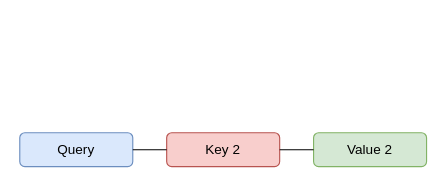
Above: 未命名绘图3.drawio in ZhangzeqingCN/api-project (draw.io), before the change. Source tidied: cells renumbered, new cells numbered last; positions are measured from the earlier drawing's top-left corner, leaving out a move shared by most shapes. Both pictures are drawn from the tidied source at 113%, with x=0, y=0 at pixel (19, 132).
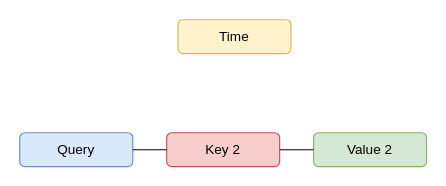
The same page after the edit.

Commit message (it also covers changes not shown here):
更新未命名绘图3.drawio

Change to the diagram source:
```diff
@@
 <mxGraphModel>
   <root>
     <mxCell id="0" />
     <mxCell id="1" parent="0" />
     <mxCell id="2" value="Value 2" style="rounded=1;whiteSpace=wrap;html=1;rotation=0;fillColor=#d5e8d4;strokeColor=#82b366;" parent="1" vertex="1">
       <mxGeometry x="260" width="100" height="30" as="geometry" />
     </mxCell>
     <mxCell id="3" value="Key 2" style="rounded=1;whiteSpace=wrap;html=1;rotation=0;fillColor=#f8cecc;strokeColor=#b85450;" parent="1" vertex="1">
       <mxGeometry x="130" width="100" height="30" as="geometry" />
     </mxCell>
     <mxCell id="4" style="rounded=0;jettySize=auto;html=1;endArrow=none;startFill=0;exitX=1;exitY=0.5;exitDx=0;exitDy=0;entryX=0;entryY=0.5;entryDx=0;entryDy=0;" parent="1" edge="1" source="3" target="2">
       <mxGeometry relative="1" as="geometry" />
     </mxCell>
     <mxCell id="5" value="Query" style="rounded=1;whiteSpace=wrap;html=1;rotation=0;fillColor=#dae8fc;strokeColor=#6c8ebf;" parent="1" vertex="1">
       <mxGeometry width="100" height="30" as="geometry" />
     </mxCell>
     <mxCell id="6" style="rounded=0;jettySize=auto;html=1;endArrow=none;startFill=0;exitX=1;exitY=0.5;exitDx=0;exitDy=0;entryX=0;entryY=0.5;entryDx=0;entryDy=0;" parent="1" edge="1" source="5" target="3">
       <mxGeometry relative="1" as="geometry" />
     </mxCell>
+    <mxCell id="7" value="Time" style="rounded=1;whiteSpace=wrap;html=1;rotation=0;fillColor=#fff2cc;strokeColor=#d6b656;" parent="1" vertex="1">
+      <mxGeometry x="140" y="-100" width="100" height="30" as="geometry" />
+    </mxCell>
   </root>
 </mxGraphModel>
```
